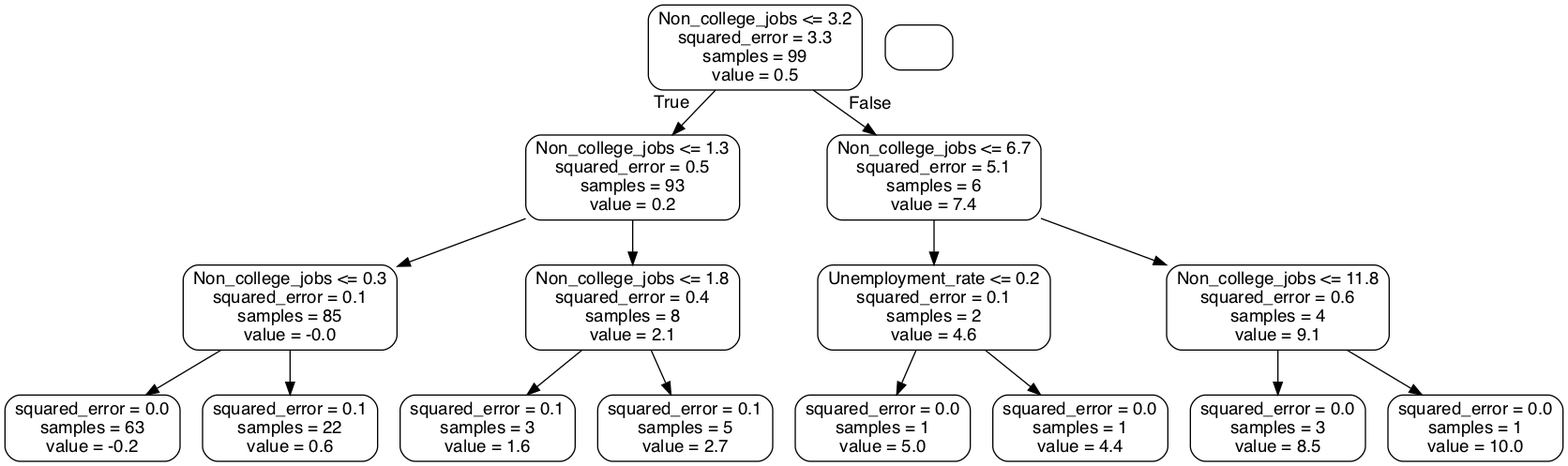
puneettokhi/CMPE255 keeps this Graphviz diagram as small_tree.png. Above is the earlier version. Its source is kept beside it as small_tree.dot.
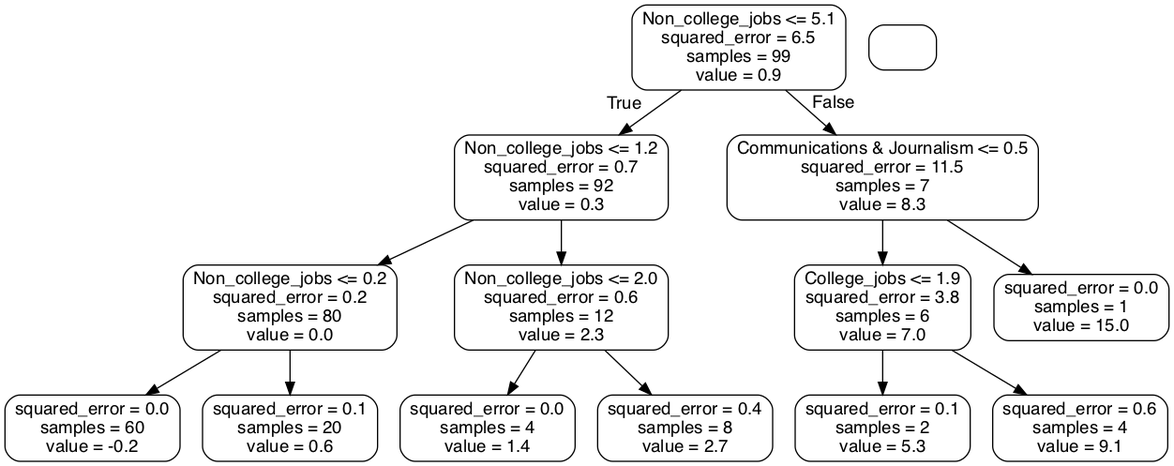
After the change.

The edit, as a diff of the source:
```diff
@@ -1,33 +1,29 @@
 digraph Tree {
 node [shape=box, style="rounded", color="black", fontname="helvetica"] ;
 edge [fontname="helvetica"] ;
-0 [label="Non_college_jobs <= 3.2\nsquared_error = 3.3\nsamples = 99\nvalue = 0.5"] ;
-1 [label="Non_college_jobs <= 1.3\nsquared_error = 0.5\nsamples = 93\nvalue = 0.2"] ;
+0 [label="Non_college_jobs <= 5.1\nsquared_error = 6.5\nsamples = 99\nvalue = 0.9"] ;
+1 [label="Non_college_jobs <= 1.2\nsquared_error = 0.7\nsamples = 92\nvalue = 0.3"] ;
 0 -> 1 [labeldistance=2.5, labelangle=45, headlabel="True"] ;
-2 [label="Non_college_jobs <= 0.3\nsquared_error = 0.1\nsamples = 85\nvalue = -0.0"] ;
+2 [label="Non_college_jobs <= 0.2\nsquared_error = 0.2\nsamples = 80\nvalue = 0.0"] ;
 1 -> 2 ;
-3 [label="squared_error = 0.0\nsamples = 63\nvalue = -0.2"] ;
+3 [label="squared_error = 0.0\nsamples = 60\nvalue = -0.2"] ;
 2 -> 3 ;
-4 [label="squared_error = 0.1\nsamples = 22\nvalue = 0.6"] ;
+4 [label="squared_error = 0.1\nsamples = 20\nvalue = 0.6"] ;
 2 -> 4 ;
-5 [label="Non_college_jobs <= 1.8\nsquared_error = 0.4\nsamples = 8\nvalue = 2.1"] ;
+5 [label="Non_college_jobs <= 2.0\nsquared_error = 0.6\nsamples = 12\nvalue = 2.3"] ;
 1 -> 5 ;
-6 [label="squared_error = 0.1\nsamples = 3\nvalue = 1.6"] ;
+6 [label="squared_error = 0.0\nsamples = 4\nvalue = 1.4"] ;
 5 -> 6 ;
-7 [label="squared_error = 0.1\nsamples = 5\nvalue = 2.7"] ;
+7 [label="squared_error = 0.4\nsamples = 8\nvalue = 2.7"] ;
 5 -> 7 ;
-8 [label="Non_college_jobs <= 6.7\nsquared_error = 5.1\nsamples = 6\nvalue = 7.4"] ;
+8 [label="Communications & Journalism <= 0.5\nsquared_error = 11.5\nsamples = 7\nvalue = 8.3"] ;
 0 -> 8 [labeldistance=2.5, labelangle=-45, headlabel="False"] ;
-9 [label="Unemployment_rate <= 0.2\nsquared_error = 0.1\nsamples = 2\nvalue = 4.6"] ;
+9 [label="College_jobs <= 1.9\nsquared_error = 3.8\nsamples = 6\nvalue = 7.0"] ;
 8 -> 9 ;
-10 [label="squared_error = 0.0\nsamples = 1\nvalue = 5.0"] ;
+10 [label="squared_error = 0.1\nsamples = 2\nvalue = 5.3"] ;
 9 -> 10 ;
-11 [label="squared_error = 0.0\nsamples = 1\nvalue = 4.4"] ;
+11 [label="squared_error = 0.6\nsamples = 4\nvalue = 9.1"] ;
 9 -> 11 ;
-12 [label="Non_college_jobs <= 11.8\nsquared_error = 0.6\nsamples = 4\nvalue = 9.1"] ;
+12 [label="squared_error = 0.0\nsamples = 1\nvalue = 15.0"] ;
 8 -> 12 ;
-13 [label="squared_error = 0.0\nsamples = 3\nvalue = 8.5"] ;
-12 -> 13 ;
-14 [label="squared_error = 0.0\nsamples = 1\nvalue = 10.0"] ;
-12 -> 14 ;
 }
```
